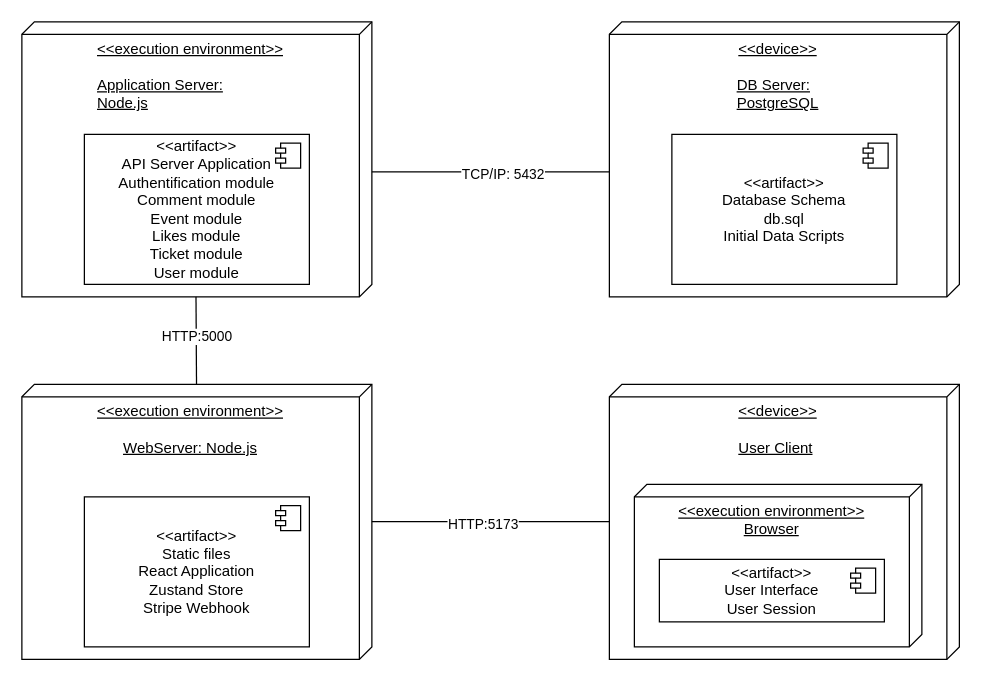
The draw.io diagram diagrams/deployment.drawio in Nastroyki/diagrams, before the edit. Source tidied: cells renumbered, new cells numbered last; positions are measured from the earlier drawing's top-left corner, leaving out a move shared by most shapes. Both pictures are drawn from the tidied source at 125%, with x=0, y=0 at pixel (21, 21).
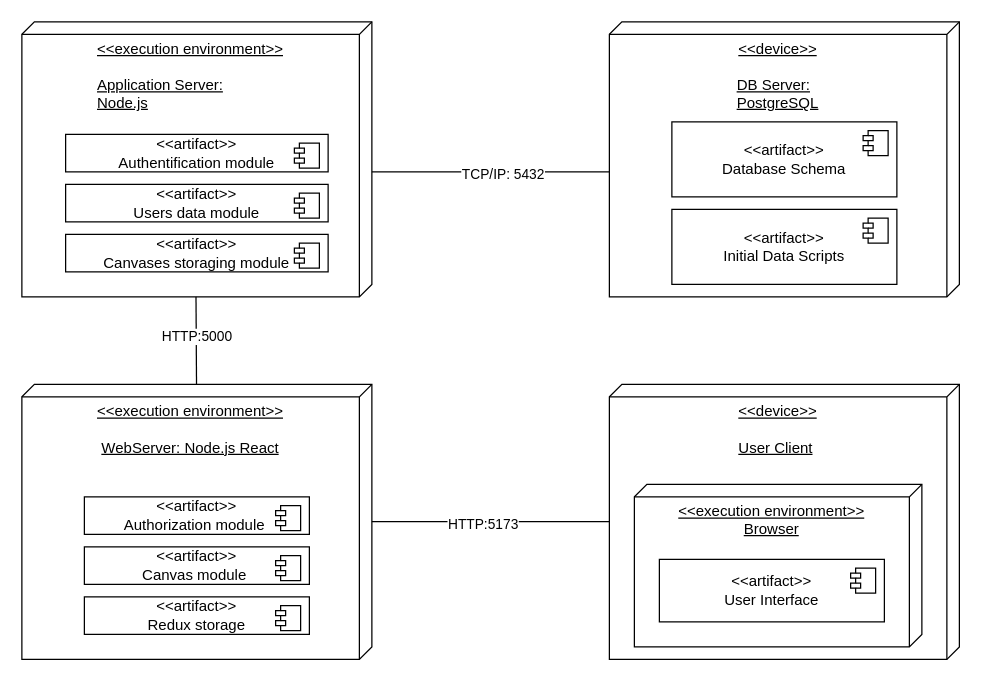
The same page after the edit.

What changed in the source:
```diff
@@
-    <mxCell id="3" value="&amp;lt;&amp;lt;artifact&amp;gt;&amp;gt;&lt;div&gt;API Server Application&lt;/div&gt;&lt;div&gt;Authentification module&lt;/div&gt;&lt;div&gt;Comment module&lt;/div&gt;&lt;div&gt;Event module&lt;/div&gt;&lt;div&gt;Likes module&lt;/div&gt;&lt;div&gt;Ticket module&lt;/div&gt;&lt;div&gt;User module&lt;/div&gt;" style="html=1;whiteSpace=wrap;" parent="1" vertex="1">
-      <mxGeometry x="50" y="90" width="180" height="120" as="geometry" />
+    <mxCell id="3" value="&amp;lt;&amp;lt;artifact&amp;gt;&amp;gt;&lt;div&gt;Authentification module&lt;/div&gt;" style="html=1;whiteSpace=wrap;" parent="1" vertex="1">
+      <mxGeometry x="35" y="90" width="210" height="30" as="geometry" />
     </mxCell>
@@
-    <mxCell id="5" value="&amp;lt;&amp;lt;execution environment&amp;gt;&amp;gt;&lt;div&gt;&lt;br&gt;&lt;/div&gt;&lt;div&gt;WebServer: Node.js&lt;/div&gt;" style="verticalAlign=top;align=center;spacingTop=8;spacingLeft=2;spacingRight=12;shape=cube;size=10;direction=south;fontStyle=4;html=1;whiteSpace=wrap;" parent="1" vertex="1">
+    <mxCell id="5" value="&amp;lt;&amp;lt;execution environment&amp;gt;&amp;gt;&lt;div&gt;&lt;br&gt;&lt;/div&gt;&lt;div&gt;WebServer: Node.js React&lt;/div&gt;" style="verticalAlign=top;align=center;spacingTop=8;spacingLeft=2;spacingRight=12;shape=cube;size=10;direction=south;fontStyle=4;html=1;whiteSpace=wrap;" parent="1" vertex="1">
       <mxGeometry y="290" width="280" height="220" as="geometry" />
     </mxCell>
-    <mxCell id="6" value="&amp;lt;&amp;lt;artifact&amp;gt;&amp;gt;&lt;div&gt;Static files&lt;/div&gt;&lt;div&gt;React Application&lt;/div&gt;&lt;div&gt;Zustand Store&lt;/div&gt;&lt;div&gt;Stripe Webhook&lt;/div&gt;" style="html=1;whiteSpace=wrap;" parent="1" vertex="1">
-      <mxGeometry x="50" y="380" width="180" height="120" as="geometry" />
+    <mxCell id="6" value="&amp;lt;&amp;lt;artifact&amp;gt;&amp;gt;&lt;div&gt;Authorization module&amp;nbsp;&lt;/div&gt;" style="html=1;whiteSpace=wrap;" parent="1" vertex="1">
+      <mxGeometry x="50" y="380" width="180" height="30" as="geometry" />
     </mxCell>
@@
-    <mxCell id="9" value="&amp;lt;&amp;lt;artifact&amp;gt;&amp;gt;&lt;div&gt;Database Schema&lt;/div&gt;&lt;div&gt;db.sql&lt;/div&gt;&lt;div&gt;Initial Data Scripts&lt;/div&gt;" style="html=1;whiteSpace=wrap;" parent="1" vertex="1">
-      <mxGeometry x="520" y="90" width="180" height="120" as="geometry" />
+    <mxCell id="9" value="&amp;lt;&amp;lt;artifact&amp;gt;&amp;gt;&lt;div&gt;Database Schema&lt;/div&gt;" style="html=1;whiteSpace=wrap;" parent="1" vertex="1">
+      <mxGeometry x="520" y="80" width="180" height="60" as="geometry" />
     </mxCell>
@@
-    <mxCell id="13" value="&amp;lt;&amp;lt;artifact&amp;gt;&amp;gt;&lt;div&gt;User Interface&lt;/div&gt;&lt;div&gt;User Session&lt;/div&gt;" style="html=1;whiteSpace=wrap;" parent="1" vertex="1">
+    <mxCell id="13" value="&amp;lt;&amp;lt;artifact&amp;gt;&amp;gt;&lt;div&gt;User Interface&lt;/div&gt;" style="html=1;whiteSpace=wrap;" parent="1" vertex="1">
       <mxGeometry x="510" y="430" width="180" height="50" as="geometry" />
     </mxCell>
@@
+    <mxCell id="21" value="&amp;lt;&amp;lt;artifact&amp;gt;&amp;gt;&lt;div&gt;&lt;div&gt;Initial Data Scripts&lt;/div&gt;&lt;/div&gt;" style="html=1;whiteSpace=wrap;" parent="1" vertex="1">
+      <mxGeometry x="520" y="150" width="180" height="60" as="geometry" />
+    </mxCell>
+    <mxCell id="22" style="shape=module;jettyWidth=8;jettyHeight=4;" parent="21" vertex="1">
+      <mxGeometry x="1" width="20" height="20" relative="1" as="geometry">
+        <mxPoint x="-27" y="7" as="offset" />
+      </mxGeometry>
+    </mxCell>
+    <mxCell id="23" value="&amp;lt;&amp;lt;artifact&amp;gt;&amp;gt;&lt;div&gt;Users data module&lt;/div&gt;" style="html=1;whiteSpace=wrap;" parent="1" vertex="1">
+      <mxGeometry x="35" y="130" width="210" height="30" as="geometry" />
+    </mxCell>
+    <mxCell id="24" style="shape=module;jettyWidth=8;jettyHeight=4;" parent="23" vertex="1">
+      <mxGeometry x="1" width="20" height="20" relative="1" as="geometry">
+        <mxPoint x="-27" y="7" as="offset" />
+      </mxGeometry>
+    </mxCell>
+    <mxCell id="25" value="&amp;lt;&amp;lt;artifact&amp;gt;&amp;gt;&lt;div&gt;Canvases storaging module&lt;/div&gt;" style="html=1;whiteSpace=wrap;" parent="1" vertex="1">
+      <mxGeometry x="35" y="170" width="210" height="30" as="geometry" />
+    </mxCell>
+    <mxCell id="26" style="shape=module;jettyWidth=8;jettyHeight=4;" parent="25" vertex="1">
+      <mxGeometry x="1" width="20" height="20" relative="1" as="geometry">
+        <mxPoint x="-27" y="7" as="offset" />
+      </mxGeometry>
+    </mxCell>
+    <mxCell id="27" value="&amp;lt;&amp;lt;artifact&amp;gt;&amp;gt;&lt;div&gt;Canvas module&amp;nbsp;&lt;/div&gt;" style="html=1;whiteSpace=wrap;" parent="1" vertex="1">
+      <mxGeometry x="50" y="420" width="180" height="30" as="geometry" />
+    </mxCell>
+    <mxCell id="28" style="shape=module;jettyWidth=8;jettyHeight=4;" parent="27" vertex="1">
+      <mxGeometry x="1" width="20" height="20" relative="1" as="geometry">
+        <mxPoint x="-27" y="7" as="offset" />
+      </mxGeometry>
+    </mxCell>
+    <mxCell id="29" value="&amp;lt;&amp;lt;artifact&amp;gt;&amp;gt;&lt;div&gt;Redux storage&lt;/div&gt;" style="html=1;whiteSpace=wrap;" parent="1" vertex="1">
+      <mxGeometry x="50" y="460" width="180" height="30" as="geometry" />
+    </mxCell>
+    <mxCell id="30" style="shape=module;jettyWidth=8;jettyHeight=4;" parent="29" vertex="1">
+      <mxGeometry x="1" width="20" height="20" relative="1" as="geometry">
+        <mxPoint x="-27" y="7" as="offset" />
+      </mxGeometry>
+    </mxCell>
```
